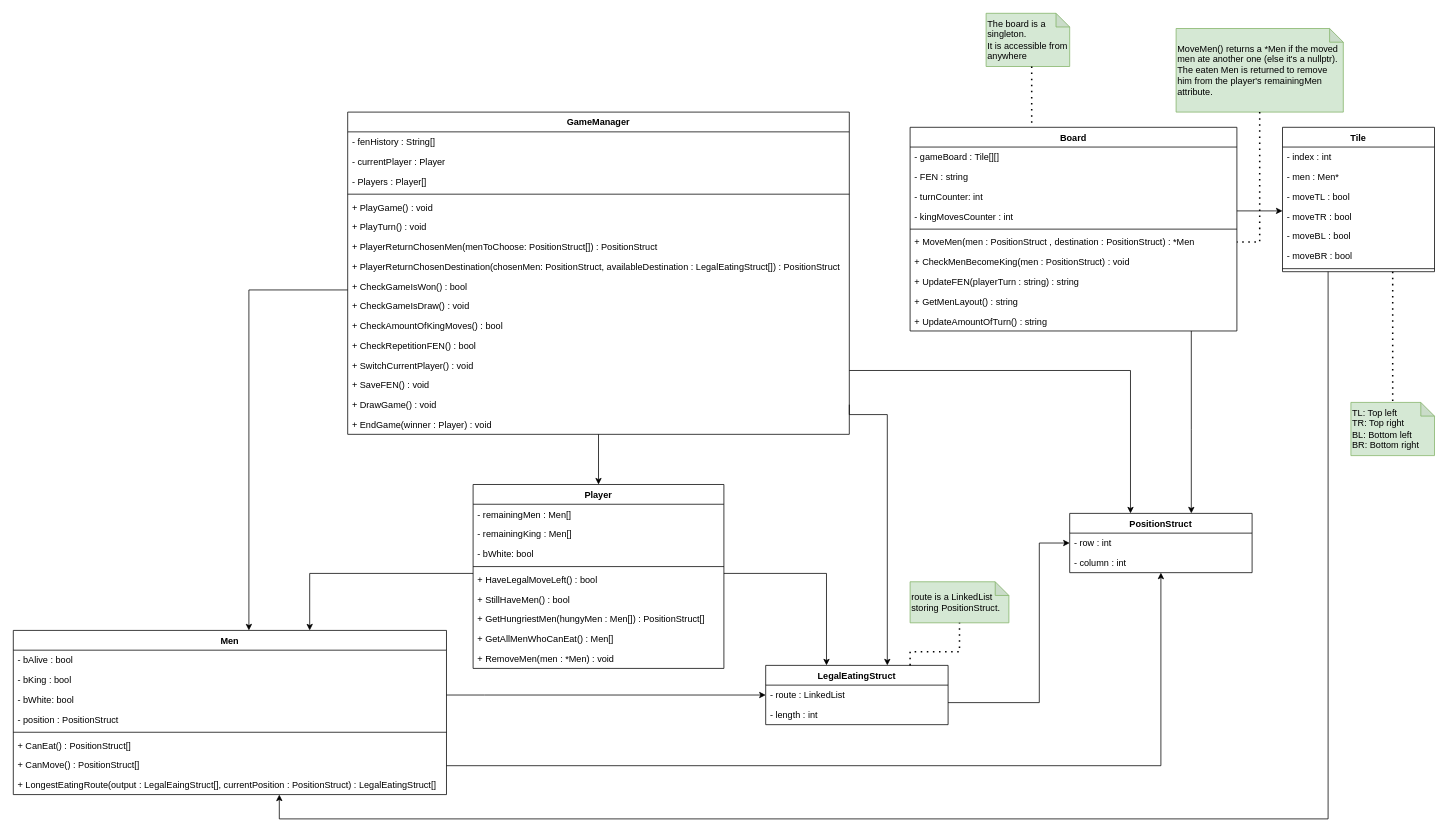
The draw.io diagram page "Draughts Class Diagrams" (1 of 6) of Draughts.drawio in TheKrillenum/Draught, before the edit. Source tidied: cells renumbered, new cells numbered last; positions are measured from the earlier drawing's top-left corner, leaving out a move shared by most shapes. Both pictures are drawn from the tidied source at 76%, with x=0, y=0 at pixel (13, 13).
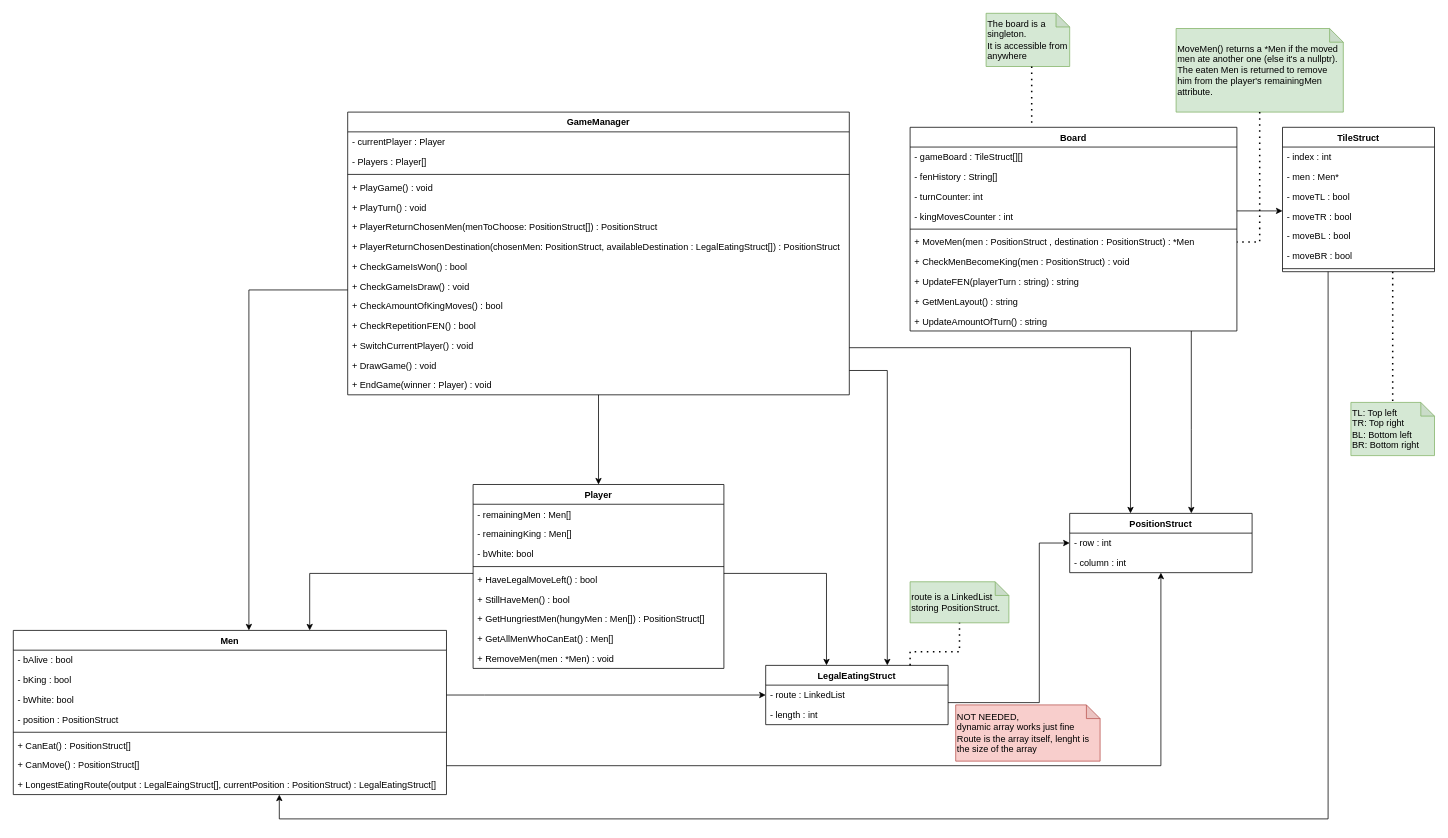
The same page after the edit.

Unchanged cells that the change refers to:
```xml
<mxCell id="2" value="Board" style="swimlane;fontStyle=1;align=center;verticalAlign=top;horizontal=1;startSize=26;" parent="1" vertex="1">
  <mxGeometry x="1180" y="150" width="430" height="268" as="geometry" />
</mxCell>
<mxCell id="39" value="LegalEatingStruct" style="swimlane;fontStyle=1;align=center;verticalAlign=top;horizontal=1;startSize=26;" parent="1" vertex="1">
  <mxGeometry x="990" y="858" width="240" height="78" as="geometry" />
</mxCell>
<mxCell id="42" value="PositionStruct" style="swimlane;fontStyle=1;align=center;verticalAlign=top;horizontal=1;startSize=26;" parent="1" vertex="1">
  <mxGeometry x="1390" y="658" width="240" height="78" as="geometry" />
</mxCell>
```

What changed in the source:
```diff
@@
-    <mxCell id="3" value="- gameBoard : Tile[][]" style="text;strokeColor=none;fillColor=none;align=left;verticalAlign=top;spacingLeft=4;spacingRight=4;overflow=hidden;" parent="2" vertex="1">
+    <mxCell id="3" value="- gameBoard : TileStruct[][]" style="text;strokeColor=none;fillColor=none;align=left;verticalAlign=top;spacingLeft=4;spacingRight=4;overflow=hidden;" parent="2" vertex="1">
       <mxGeometry y="26" width="430" height="26" as="geometry" />
     </mxCell>
-    <mxCell id="4" value="- FEN : string" style="text;strokeColor=none;fillColor=none;align=left;verticalAlign=top;spacingLeft=4;spacingRight=4;overflow=hidden;" parent="2" vertex="1">
-      <mxGeometry y="52" width="430" height="26" as="geometry" />
-    </mxCell>
+    <mxCell id="14" value="- fenHistory : String[]" style="text;strokeColor=none;fillColor=none;align=left;verticalAlign=top;spacingLeft=4;spacingRight=4;overflow=hidden;" parent="2" vertex="1">
+      <mxGeometry y="52" width="430" height="26" as="geometry" />
+    </mxCell>
@@
     <mxCell id="13" value="GameManager" style="swimlane;fontStyle=1;align=center;verticalAlign=top;horizontal=1;startSize=26;" parent="1" vertex="1">
-      <mxGeometry x="440" y="130" width="660" height="424" as="geometry" />
+      <mxGeometry x="440" y="130" width="660" height="372" as="geometry" />
     </mxCell>
-    <mxCell id="14" value="- fenHistory : String[]" style="text;strokeColor=none;fillColor=none;align=left;verticalAlign=top;spacingLeft=4;spacingRight=4;overflow=hidden;" parent="13" vertex="1">
-      <mxGeometry y="26" width="660" height="26" as="geometry" />
-    </mxCell>
     <mxCell id="15" value="- currentPlayer : Player" style="text;strokeColor=none;fillColor=none;align=left;verticalAlign=top;spacingLeft=4;spacingRight=4;overflow=hidden;" parent="13" vertex="1">
-      <mxGeometry y="52" width="660" height="26" as="geometry" />
+      <mxGeometry y="26" width="660" height="26" as="geometry" />
     </mxCell>
     <mxCell id="16" value="- Players : Player[]" style="text;strokeColor=none;fillColor=none;align=left;verticalAlign=top;spacingLeft=4;spacingRight=4;overflow=hidden;" parent="13" vertex="1">
-      <mxGeometry y="78" width="660" height="26" as="geometry" />
+      <mxGeometry y="52" width="660" height="26" as="geometry" />
     </mxCell>
     <mxCell id="17" style="line;strokeWidth=1;fillColor=none;align=left;verticalAlign=middle;spacingTop=-1;spacingLeft=3;spacingRight=3;labelPosition=right;strokeColor=inherit;" parent="13" vertex="1">
-      <mxGeometry y="104" width="660" height="8" as="geometry" />
+      <mxGeometry y="78" width="660" height="8" as="geometry" />
     </mxCell>
     <mxCell id="18" value="+ PlayGame() : void" style="text;strokeColor=none;fillColor=none;align=left;verticalAlign=top;spacingLeft=4;spacingRight=4;overflow=hidden;" parent="13" vertex="1">
-      <mxGeometry y="112" width="660" height="26" as="geometry" />
+      <mxGeometry y="86" width="660" height="26" as="geometry" />
     </mxCell>
     <mxCell id="19" value="+ PlayTurn() : void" style="text;strokeColor=none;fillColor=none;align=left;verticalAlign=top;spacingLeft=4;spacingRight=4;overflow=hidden;" parent="13" vertex="1">
-      <mxGeometry y="138" width="660" height="26" as="geometry" />
+      <mxGeometry y="112" width="660" height="26" as="geometry" />
     </mxCell>
     <mxCell id="20" value="+ PlayerReturnChosenMen(menToChoose: PositionStruct[]) : PositionStruct" style="text;strokeColor=none;fillColor=none;align=left;verticalAlign=top;spacingLeft=4;spacingRight=4;overflow=hidden;" parent="13" vertex="1">
-      <mxGeometry y="164" width="660" height="26" as="geometry" />
+      <mxGeometry y="138" width="660" height="26" as="geometry" />
     </mxCell>
     <mxCell id="21" value="+ PlayerReturnChosenDestination(chosenMen: PositionStruct, availableDestination : LegalEatingStruct[]) : PositionStruct" style="text;strokeColor=none;fillColor=none;align=left;verticalAlign=top;spacingLeft=4;spacingRight=4;overflow=hidden;fontSize=12;" parent="13" vertex="1">
-      <mxGeometry y="190" width="660" height="26" as="geometry" />
+      <mxGeometry y="164" width="660" height="26" as="geometry" />
     </mxCell>
     <mxCell id="22" value="+ CheckGameIsWon() : bool" style="text;strokeColor=none;fillColor=none;align=left;verticalAlign=top;spacingLeft=4;spacingRight=4;overflow=hidden;" parent="13" vertex="1">
-      <mxGeometry y="216" width="660" height="26" as="geometry" />
+      <mxGeometry y="190" width="660" height="26" as="geometry" />
     </mxCell>
     <mxCell id="23" value="+ CheckGameIsDraw() : void" style="text;strokeColor=none;fillColor=none;align=left;verticalAlign=top;spacingLeft=4;spacingRight=4;overflow=hidden;" parent="13" vertex="1">
-      <mxGeometry y="242" width="660" height="26" as="geometry" />
+      <mxGeometry y="216" width="660" height="26" as="geometry" />
     </mxCell>
     <mxCell id="24" value="+ CheckAmountOfKingMoves() : bool" style="text;strokeColor=none;fillColor=none;align=left;verticalAlign=top;spacingLeft=4;spacingRight=4;overflow=hidden;" parent="13" vertex="1">
-      <mxGeometry y="268" width="660" height="26" as="geometry" />
+      <mxGeometry y="242" width="660" height="26" as="geometry" />
     </mxCell>
     <mxCell id="25" value="+ CheckRepetitionFEN() : bool" style="text;strokeColor=none;fillColor=none;align=left;verticalAlign=top;spacingLeft=4;spacingRight=4;overflow=hidden;" parent="13" vertex="1">
-      <mxGeometry y="294" width="660" height="26" as="geometry" />
+      <mxGeometry y="268" width="660" height="26" as="geometry" />
     </mxCell>
     <mxCell id="26" value="+ SwitchCurrentPlayer() : void" style="text;strokeColor=none;fillColor=none;align=left;verticalAlign=top;spacingLeft=4;spacingRight=4;overflow=hidden;" parent="13" vertex="1">
-      <mxGeometry y="320" width="660" height="26" as="geometry" />
+      <mxGeometry y="294" width="660" height="26" as="geometry" />
     </mxCell>
-    <mxCell id="27" value="+ SaveFEN() : void" style="text;strokeColor=none;fillColor=none;align=left;verticalAlign=top;spacingLeft=4;spacingRight=4;overflow=hidden;" parent="13" vertex="1">
-      <mxGeometry y="346" width="660" height="26" as="geometry" />
-    </mxCell>
     <mxCell id="28" value="+ DrawGame() : void" style="text;strokeColor=none;fillColor=none;align=left;verticalAlign=top;spacingLeft=4;spacingRight=4;overflow=hidden;points=[[0,0.5],[1,0.5]];portConstraint=eastwest;" parent="13" vertex="1">
-      <mxGeometry y="372" width="660" height="26" as="geometry" />
+      <mxGeometry y="320" width="660" height="26" as="geometry" />
     </mxCell>
     <mxCell id="29" value="+ EndGame(winner : Player) : void" style="text;strokeColor=none;fillColor=none;align=left;verticalAlign=top;spacingLeft=4;spacingRight=4;overflow=hidden;" parent="13" vertex="1">
-      <mxGeometry y="398" width="660" height="26" as="geometry" />
+      <mxGeometry y="346" width="660" height="26" as="geometry" />
     </mxCell>
@@
-    <mxCell id="55" value="Tile" style="swimlane;fontStyle=1;align=center;verticalAlign=top;horizontal=1;startSize=26;" parent="1" vertex="1">
+    <mxCell id="55" value="TileStruct" style="swimlane;fontStyle=1;align=center;verticalAlign=top;horizontal=1;startSize=26;" parent="1" vertex="1">
       <mxGeometry x="1670" y="150" width="200" height="190" as="geometry" />
     </mxCell>
@@
-    <mxCell id="69" style="edgeStyle=orthogonalEdgeStyle;jettySize=auto;html=1;rounded=0;exitX=1;exitY=0.5;exitDx=0;exitDy=0;" parent="1" edge="1" source="28" target="39">
+    <mxCell id="69" style="edgeStyle=orthogonalEdgeStyle;jettySize=auto;html=1;rounded=0;" parent="1" edge="1" target="39">
       <mxGeometry relative="1" as="geometry">
+        <mxPoint x="1100" y="470" as="sourcePoint" />
         <Array as="points">
-          <mxPoint x="1100" y="528" />
-          <mxPoint x="1150" y="528" />
+          <mxPoint x="1150" y="470" />
         </Array>
       </mxGeometry>
     </mxCell>
@@
     <mxCell id="73" style="edgeStyle=orthogonalEdgeStyle;jettySize=auto;html=1;rounded=0;" parent="1" edge="1" source="13" target="42">
       <mxGeometry relative="1" as="geometry">
         <Array as="points">
-          <mxPoint x="1470" y="470" />
+          <mxPoint x="1470" y="440" />
         </Array>
       </mxGeometry>
     </mxCell>
@@
+    <mxCell id="83" value="NOT NEEDED,&lt;br&gt;dynamic array works just fine&lt;br&gt;Route is the array itself, lenght is the size of the array" style="shape=note;whiteSpace=wrap;html=1;backgroundOutline=1;darkOpacity=0.05;align=left;size=18;fillColor=#f8cecc;strokeColor=#b85450;" parent="1" vertex="1">
+      <mxGeometry x="1240" y="910" width="190" height="74" as="geometry" />
+    </mxCell>
```
